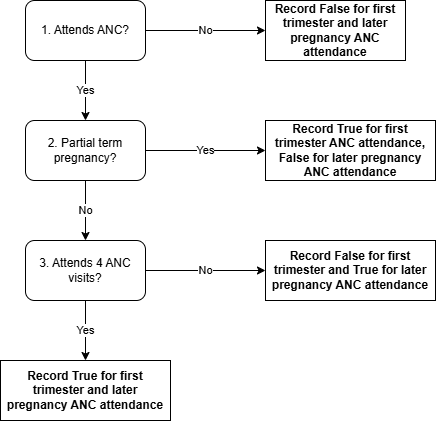
ihmeuw/vivarium_research keeps this draw.io diagram as docs/source/models/concept_models/vivarium_mncnh_portfolio/anc_detail_module/anc_detail_module_diagram.png. Above is the earlier version. Source tidied: cells renumbered, new cells last; positions are measured from the earlier drawing's top-left corner, leaving out a move shared by most shapes. The source it was exported from:
```xml
<mxGraphModel>
  <root>
    <mxCell id="0" />
    <mxCell id="1" parent="0" />
    <mxCell id="2" value="Yes" style="edgeStyle=orthogonalEdgeStyle;rounded=0;jettySize=auto;html=1;entryX=0.5;entryY=0;entryDx=0;entryDy=0;" parent="1" edge="1" source="4" target="7">
      <mxGeometry relative="1" as="geometry" />
    </mxCell>
    <mxCell id="3" value="No" style="edgeStyle=orthogonalEdgeStyle;rounded=0;jettySize=auto;html=1;" parent="1" edge="1" source="4" target="8">
      <mxGeometry relative="1" as="geometry" />
    </mxCell>
    <mxCell id="4" value="1. Attends ANC?" style="rounded=1;whiteSpace=wrap;html=1;" parent="1" vertex="1">
      <mxGeometry x="25" width="120" height="60" as="geometry" />
    </mxCell>
    <mxCell id="5" value="Yes" style="edgeStyle=orthogonalEdgeStyle;rounded=0;jettySize=auto;html=1;entryX=0;entryY=0.5;entryDx=0;entryDy=0;" parent="1" edge="1" source="7" target="9">
      <mxGeometry relative="1" as="geometry" />
    </mxCell>
    <mxCell id="6" value="No" style="edgeStyle=orthogonalEdgeStyle;rounded=0;jettySize=auto;html=1;" parent="1" edge="1" source="7" target="12">
      <mxGeometry relative="1" as="geometry" />
    </mxCell>
    <mxCell id="7" value="2. Partial term pregnancy?" style="rounded=1;whiteSpace=wrap;html=1;" parent="1" vertex="1">
      <mxGeometry x="25" y="120" width="120" height="60" as="geometry" />
    </mxCell>
    <mxCell id="8" value="&lt;b&gt;Record False for first trimester and later pregnancy ANC attendance&lt;/b&gt;" style="rounded=0;whiteSpace=wrap;html=1;" parent="1" vertex="1">
      <mxGeometry x="265" width="140" height="60" as="geometry" />
    </mxCell>
    <mxCell id="9" value="&lt;span&gt;Record True for first trimester ANC attendance, False for later pregnancy ANC attendance&lt;/span&gt;" style="rounded=0;whiteSpace=wrap;html=1;fontStyle=1;" parent="1" vertex="1">
      <mxGeometry x="265" y="120" width="170" height="60" as="geometry" />
    </mxCell>
    <mxCell id="10" value="Yes" style="edgeStyle=orthogonalEdgeStyle;rounded=0;jettySize=auto;html=1;" parent="1" edge="1" source="12" target="13">
      <mxGeometry relative="1" as="geometry" />
    </mxCell>
    <mxCell id="11" value="No" style="edgeStyle=orthogonalEdgeStyle;rounded=0;jettySize=auto;html=1;" parent="1" edge="1" source="12" target="14">
      <mxGeometry relative="1" as="geometry" />
    </mxCell>
    <mxCell id="12" value="3. Attends 4 ANC visits?" style="rounded=1;whiteSpace=wrap;html=1;" parent="1" vertex="1">
      <mxGeometry x="25" y="240" width="120" height="60" as="geometry" />
    </mxCell>
    <mxCell id="13" value="Record True for first trimester and later pregnancy ANC attendance" style="rounded=0;whiteSpace=wrap;html=1;fontStyle=1;" parent="1" vertex="1">
      <mxGeometry y="360" width="170" height="60" as="geometry" />
    </mxCell>
    <mxCell id="14" value="Record False for first trimester and True for later pregnancy ANC attendance" style="rounded=0;whiteSpace=wrap;html=1;fontStyle=1;" parent="1" vertex="1">
      <mxGeometry x="265" y="240" width="170" height="60" as="geometry" />
    </mxCell>
  </root>
</mxGraphModel>
```
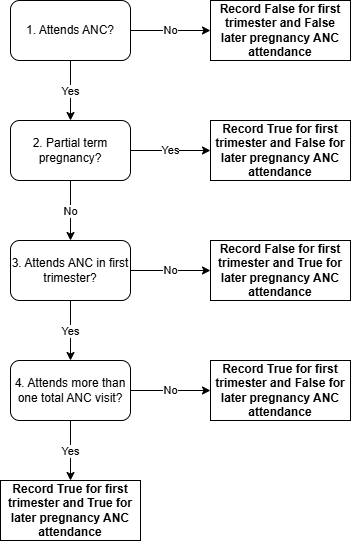
The same file after the commit.

What changed in the source:
```diff
@@ -11,35 +11,47 @@
     <mxCell id="4" value="1. Attends ANC?" style="rounded=1;whiteSpace=wrap;html=1;" parent="1" vertex="1">
       <mxGeometry x="25" width="120" height="60" as="geometry" />
     </mxCell>
-    <mxCell id="5" value="Yes" style="edgeStyle=orthogonalEdgeStyle;rounded=0;jettySize=auto;html=1;entryX=0;entryY=0.5;entryDx=0;entryDy=0;" parent="1" edge="1" source="7" target="9">
-      <mxGeometry relative="1" as="geometry" />
-    </mxCell>
-    <mxCell id="6" value="No" style="edgeStyle=orthogonalEdgeStyle;rounded=0;jettySize=auto;html=1;" parent="1" edge="1" source="7" target="12">
-      <mxGeometry relative="1" as="geometry" />
-    </mxCell>
+    <mxCell id="15" value="Yes" style="edgeStyle=orthogonalEdgeStyle;rounded=0;jettySize=auto;html=1;" parent="1" edge="1" source="7" target="20">
+      <mxGeometry relative="1" as="geometry" />
+    </mxCell>
+    <mxCell id="16" value="No" style="edgeStyle=orthogonalEdgeStyle;rounded=0;jettySize=auto;html=1;" parent="1" edge="1" source="7" target="19">
+      <mxGeometry relative="1" as="geometry" />
+    </mxCell>
     <mxCell id="7" value="2. Partial term pregnancy?" style="rounded=1;whiteSpace=wrap;html=1;" parent="1" vertex="1">
       <mxGeometry x="25" y="120" width="120" height="60" as="geometry" />
     </mxCell>
-    <mxCell id="8" value="&lt;b&gt;Record False for first trimester and later pregnancy ANC attendance&lt;/b&gt;" style="rounded=0;whiteSpace=wrap;html=1;" parent="1" vertex="1">
-      <mxGeometry x="265" width="140" height="60" as="geometry" />
+    <mxCell id="8" value="&lt;b&gt;Record False for first trimester and False later pregnancy ANC attendance&lt;/b&gt;" style="rounded=0;whiteSpace=wrap;html=1;" parent="1" vertex="1">
+      <mxGeometry x="225" width="140" height="60" as="geometry" />
     </mxCell>
-    <mxCell id="9" value="&lt;span&gt;Record True for first trimester ANC attendance, False for later pregnancy ANC attendance&lt;/span&gt;" style="rounded=0;whiteSpace=wrap;html=1;fontStyle=1;" parent="1" vertex="1">
-      <mxGeometry x="265" y="120" width="170" height="60" as="geometry" />
-    </mxCell>
-    <mxCell id="10" value="Yes" style="edgeStyle=orthogonalEdgeStyle;rounded=0;jettySize=auto;html=1;" parent="1" edge="1" source="12" target="13">
-      <mxGeometry relative="1" as="geometry" />
-    </mxCell>
-    <mxCell id="11" value="No" style="edgeStyle=orthogonalEdgeStyle;rounded=0;jettySize=auto;html=1;" parent="1" edge="1" source="12" target="14">
-      <mxGeometry relative="1" as="geometry" />
-    </mxCell>
-    <mxCell id="12" value="3. Attends 4 ANC visits?" style="rounded=1;whiteSpace=wrap;html=1;" parent="1" vertex="1">
-      <mxGeometry x="25" y="240" width="120" height="60" as="geometry" />
-    </mxCell>
-    <mxCell id="13" value="Record True for first trimester and later pregnancy ANC attendance" style="rounded=0;whiteSpace=wrap;html=1;fontStyle=1;" parent="1" vertex="1">
-      <mxGeometry y="360" width="170" height="60" as="geometry" />
-    </mxCell>
+    <mxCell id="17" value="Yes" style="edgeStyle=orthogonalEdgeStyle;rounded=0;jettySize=auto;html=1;entryX=0.5;entryY=0;entryDx=0;entryDy=0;" parent="1" edge="1" source="19" target="23">
+      <mxGeometry relative="1" as="geometry" />
+    </mxCell>
+    <mxCell id="18" value="No" style="edgeStyle=orthogonalEdgeStyle;rounded=0;jettySize=auto;html=1;" parent="1" edge="1" source="19" target="14">
+      <mxGeometry relative="1" as="geometry" />
+    </mxCell>
+    <mxCell id="19" value="3&lt;span style=&quot;background-color: transparent; color: light-dark(rgb(0, 0, 0), rgb(255, 255, 255));&quot;&gt;. Attends ANC in first trimester?&lt;/span&gt;" style="rounded=1;whiteSpace=wrap;html=1;" parent="1" vertex="1">
+      <mxGeometry x="25" y="240" width="120" height="60" as="geometry" />
+    </mxCell>
+    <mxCell id="20" value="&lt;b&gt;Record True for first trimester and False for later pregnancy ANC attendance&lt;/b&gt;" style="rounded=0;whiteSpace=wrap;html=1;" parent="1" vertex="1">
+      <mxGeometry x="225" y="120" width="140" height="60" as="geometry" />
+    </mxCell>
+    <mxCell id="21" value="Yes" style="edgeStyle=orthogonalEdgeStyle;rounded=0;jettySize=auto;html=1;" parent="1" edge="1" source="23" target="24">
+      <mxGeometry relative="1" as="geometry" />
+    </mxCell>
+    <mxCell id="22" value="No" style="edgeStyle=orthogonalEdgeStyle;rounded=0;jettySize=auto;html=1;entryX=0;entryY=0.5;entryDx=0;entryDy=0;" parent="1" edge="1" source="23" target="25">
+      <mxGeometry relative="1" as="geometry" />
+    </mxCell>
+    <mxCell id="23" value="4. Attends more than one total ANC visit?" style="rounded=1;whiteSpace=wrap;html=1;" parent="1" vertex="1">
+      <mxGeometry x="25" y="360" width="120" height="60" as="geometry" />
+    </mxCell>
-    <mxCell id="14" value="Record False for first trimester and True for later pregnancy ANC attendance" style="rounded=0;whiteSpace=wrap;html=1;fontStyle=1;" parent="1" vertex="1">
-      <mxGeometry x="265" y="240" width="170" height="60" as="geometry" />
+    <mxCell id="14" value="&lt;b&gt;Record False for first trimester and True for later pregnancy ANC attendance&lt;/b&gt;" style="rounded=0;whiteSpace=wrap;html=1;" parent="1" vertex="1">
+      <mxGeometry x="225" y="240" width="140" height="60" as="geometry" />
     </mxCell>
+    <mxCell id="24" value="&lt;b&gt;Record True for first trimester and&amp;nbsp;&lt;/b&gt;&lt;span style=&quot;color: rgba(0, 0, 0, 0); font-family: monospace; font-size: 0px; text-align: start; text-wrap-mode: nowrap;&quot;&gt;%3CmxGraphModel%3E%3Croot%3E%3CmxCell%20id%3D%220%22%2F%3E%3CmxCell%20id%3D%221%22%20parent%3D%220%22%2F%3E%3CmxCell%20id%3D%222%22%20value%3D%22%26lt%3Bb%26gt%3BRecord%20False%20for%20first%20trimester%20and%20True%20for%20later%20pregnancy%20ANC%20attendance%26lt%3B%2Fb%26gt%3B%22%20style%3D%22rounded%3D0%3BwhiteSpace%3Dwrap%3Bhtml%3D1%3B%22%20vertex%3D%221%22%20parent%3D%221%22%3E%3CmxGeometry%20x%3D%2260%22%20y%3D%22440%22%20width%3D%22140%22%20height%3D%2260%22%20as%3D%22geometry%22%2F%3E%3C%2FmxCell%3E%3C%2Froot%3E%3C%2FmxGraphModel%3E&lt;/span&gt;&lt;b&gt;True for later pregnancy ANC attendance&lt;/b&gt;" style="rounded=0;whiteSpace=wrap;html=1;" parent="1" vertex="1">
+      <mxGeometry x="15" y="480" width="140" height="60" as="geometry" />
+    </mxCell>
+    <mxCell id="25" value="&lt;b&gt;Record True for first trimester and False for later pregnancy ANC attendance&lt;/b&gt;" style="rounded=0;whiteSpace=wrap;html=1;" parent="1" vertex="1">
+      <mxGeometry x="225" y="360" width="140" height="60" as="geometry" />
+    </mxCell>
   </root>
 </mxGraphModel>
```
